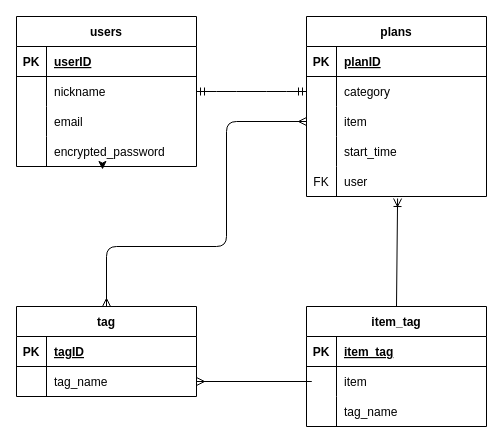
This is calendar.dio from akira-no/my_app, a draw.io file, before an edit. Source tidied: cells renumbered, new cells numbered last; positions are measured from the earlier drawing's top-left corner, leaving out a move shared by most shapes. Both pictures are drawn from the tidied source at 100%, with x=0, y=0 at pixel (16, 16).
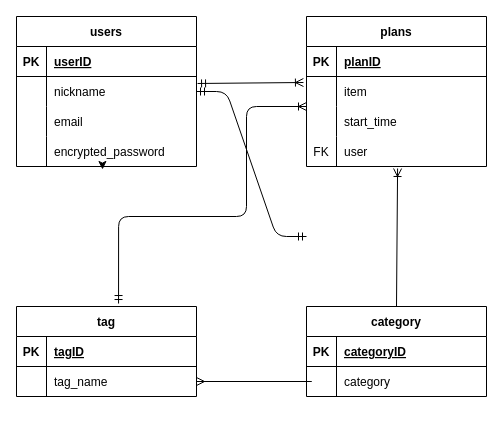
After the change.

Unchanged cells that the change refers to:
```xml
<mxCell id="6" style="shape=partialRectangle;fillColor=none;top=0;left=0;bottom=0;right=0;points=[[0,0.5],[1,0.5]];portConstraint=eastwest;" parent="2" vertex="1">
  <mxGeometry y="60" width="180" height="30" as="geometry" />
</mxCell>
<mxCell id="33" value="tag" style="shape=table;startSize=30;childLayout=tableLayout;rowLines=0;fontStyle=1;align=center;" parent="1" vertex="1">
  <mxGeometry y="290" width="180" height="90" as="geometry" />
</mxCell>
<mxCell id="41" style="shape=partialRectangle;fillColor=none;top=0;left=0;bottom=1;right=0;" parent="40" vertex="1">
  <mxGeometry y="30" width="180" height="30" as="geometry" />
</mxCell>
<mxCell id="44" style="shape=partialRectangle;fillColor=none;top=0;left=0;bottom=0;right=0;" parent="40" vertex="1">
  <mxGeometry y="60" width="180" height="30" as="geometry" />
</mxCell>
```

The edit, as a diff of the source:
```diff
@@
     <mxCell id="16" value="plans" style="shape=table;startSize=30;childLayout=tableLayout;rowLines=0;fontStyle=1;align=center;" parent="1" vertex="1">
-      <mxGeometry x="290" width="180" height="180" as="geometry" />
+      <mxGeometry x="290" width="180" height="150" as="geometry" />
     </mxCell>
@@
-    <mxCell id="20" style="shape=partialRectangle;fillColor=none;top=0;left=0;bottom=0;right=0;points=[[0,0.5],[1,0.5]];portConstraint=eastwest;" parent="16" vertex="1">
-      <mxGeometry y="60" width="180" height="30" as="geometry" />
-    </mxCell>
-    <mxCell id="21" style="shape=partialRectangle;fillColor=none;top=0;left=0;bottom=0;right=0;overflow=hidden;" parent="20" vertex="1">
-      <mxGeometry width="30" height="30" as="geometry" />
-    </mxCell>
-    <mxCell id="22" value="category" style="shape=partialRectangle;fillColor=none;top=0;left=0;bottom=0;right=0;align=left;spacingLeft=6;overflow=hidden;" parent="20" vertex="1">
-      <mxGeometry x="30" width="150" height="30" as="geometry" />
-    </mxCell>
     <mxCell id="23" style="shape=partialRectangle;fillColor=none;top=0;left=0;bottom=0;right=0;points=[[0,0.5],[1,0.5]];portConstraint=eastwest;" parent="16" vertex="1">
-      <mxGeometry y="90" width="180" height="30" as="geometry" />
+      <mxGeometry y="60" width="180" height="30" as="geometry" />
     </mxCell>
@@
     <mxCell id="26" style="shape=partialRectangle;fillColor=none;top=0;left=0;bottom=0;right=0;" parent="16" vertex="1">
-      <mxGeometry y="120" width="180" height="30" as="geometry" />
+      <mxGeometry y="90" width="180" height="30" as="geometry" />
     </mxCell>
@@
     <mxCell id="29" style="shape=partialRectangle;fillColor=none;top=0;left=0;bottom=0;right=0;points=[[0,0.5],[1,0.5]];portConstraint=eastwest;" parent="16" vertex="1">
-      <mxGeometry y="150" width="180" height="30" as="geometry" />
+      <mxGeometry y="120" width="180" height="30" as="geometry" />
     </mxCell>
@@
-    <mxCell id="32" style="edgeStyle=entityRelationEdgeStyle;fontSize=12;html=1;endArrow=ERmandOne;startArrow=ERmandOne;exitX=1;exitY=0.5;exitDx=0;exitDy=0;entryX=0;entryY=0.5;entryDx=0;entryDy=0;" parent="1" edge="1" source="6" target="20">
-      <mxGeometry relative="1" as="geometry" />
+    <mxCell id="32" style="edgeStyle=entityRelationEdgeStyle;fontSize=12;html=1;endArrow=ERmandOne;startArrow=ERmandOne;exitX=1;exitY=0.5;exitDx=0;exitDy=0;entryX=0;entryY=0.5;entryDx=0;entryDy=0;" parent="1" edge="1" source="6">
+      <mxGeometry relative="1" as="geometry">
+        <mxPoint x="290" y="220" as="targetPoint" />
+      </mxGeometry>
     </mxCell>
@@
-    <mxCell id="40" value="item_tag" style="shape=table;startSize=30;childLayout=tableLayout;rowLines=0;fontStyle=1;align=center;" parent="1" vertex="1">
-      <mxGeometry x="290" y="290" width="180" height="120" as="geometry" />
+    <mxCell id="40" value="category" style="shape=table;startSize=30;childLayout=tableLayout;rowLines=0;fontStyle=1;align=center;" parent="1" vertex="1">
+      <mxGeometry x="290" y="290" width="180" height="90" as="geometry" />
     </mxCell>
@@
-    <mxCell id="43" value="item_tag" style="shape=partialRectangle;fillColor=none;top=0;left=0;bottom=0;right=0;align=left;spacingLeft=6;fontStyle=5;overflow=hidden;" parent="41" vertex="1">
+    <mxCell id="43" value="categoryID" style="shape=partialRectangle;fillColor=none;top=0;left=0;bottom=0;right=0;align=left;spacingLeft=6;fontStyle=5;overflow=hidden;" parent="41" vertex="1">
       <mxGeometry x="30" width="150" height="30" as="geometry" />
     </mxCell>
@@
-    <mxCell id="46" value="item" style="shape=partialRectangle;fillColor=none;top=0;left=0;bottom=0;right=0;align=left;spacingLeft=6;overflow=hidden;" parent="44" vertex="1">
+    <mxCell id="46" value="category" style="shape=partialRectangle;fillColor=none;top=0;left=0;bottom=0;right=0;align=left;spacingLeft=6;overflow=hidden;" parent="44" vertex="1">
       <mxGeometry x="30" width="150" height="30" as="geometry" />
     </mxCell>
-    <mxCell id="47" style="shape=partialRectangle;fillColor=none;top=0;left=0;bottom=0;right=0;" parent="40" vertex="1">
-      <mxGeometry y="90" width="180" height="30" as="geometry" />
-    </mxCell>
-    <mxCell id="48" style="shape=partialRectangle;fillColor=none;top=0;left=0;bottom=0;right=0;overflow=hidden;" parent="47" vertex="1">
-      <mxGeometry width="30" height="30" as="geometry" />
-    </mxCell>
-    <mxCell id="49" value="tag_name" style="shape=partialRectangle;fillColor=none;top=0;left=0;bottom=0;right=0;align=left;spacingLeft=6;overflow=hidden;" parent="47" vertex="1">
-      <mxGeometry x="30" width="150" height="30" as="geometry" />
-    </mxCell>
-    <mxCell id="50" style="edgeStyle=orthogonalEdgeStyle;fontSize=12;html=1;endArrow=ERmany;startArrow=ERmany;exitX=0.5;exitY=0;exitDx=0;exitDy=0;" parent="1" edge="1" source="33" target="23">
-      <mxGeometry relative="1" as="geometry">
-        <Array as="points">
-          <mxPoint x="90" y="230" />
-          <mxPoint x="210" y="230" />
-          <mxPoint x="210" y="105" />
-        </Array>
-      </mxGeometry>
-    </mxCell>
@@
+    <mxCell id="53" style="edgeStyle=orthogonalEdgeStyle;fontSize=12;html=1;endArrow=ERoneToMany;startArrow=ERmandOne;exitX=0.567;exitY=-0.033;exitDx=0;exitDy=0;exitPerimeter=0;" parent="1" edge="1" source="33">
+      <mxGeometry relative="1" as="geometry">
+        <mxPoint x="290" y="90" as="targetPoint" />
+        <Array as="points">
+          <mxPoint x="102" y="200" />
+          <mxPoint x="230" y="200" />
+          <mxPoint x="230" y="90" />
+        </Array>
+      </mxGeometry>
+    </mxCell>
+    <mxCell id="54" style="fontSize=12;html=1;endArrow=ERoneToMany;startArrow=ERmandOne;entryX=-0.017;entryY=0.2;entryDx=0;entryDy=0;entryPerimeter=0;exitX=1.006;exitY=0.233;exitDx=0;exitDy=0;exitPerimeter=0;" parent="1" edge="1" source="6" target="23">
+      <mxGeometry relative="1" as="geometry" />
+    </mxCell>
```
